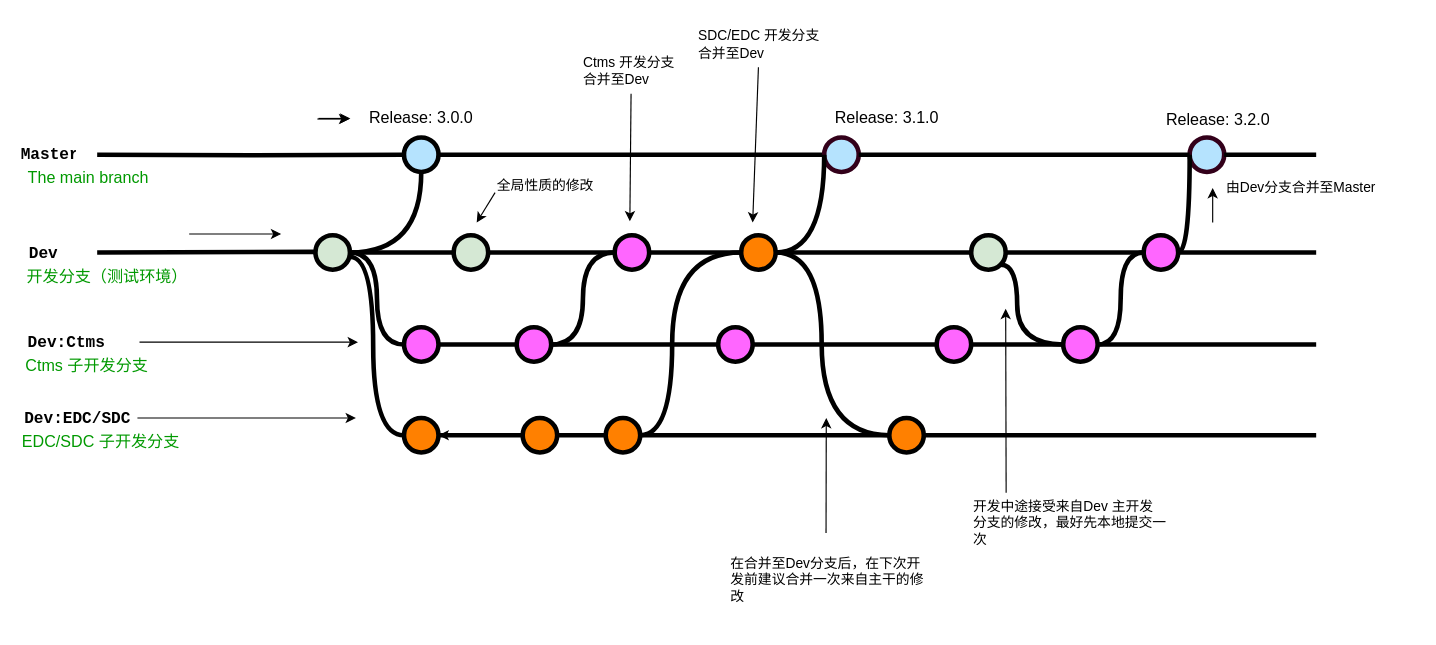
Before: page "complex gitflow" (1 of 2) of Itrial Git Flow.drawio in hqbly000/test1, a draw.io diagram. Source tidied: cells renumbered, new cells numbered last; positions are measured from the earlier drawing's top-left corner, leaving out a move shared by most shapes. Both pictures are drawn from the tidied source at 115%, with x=0, y=0 at pixel (20, 20).
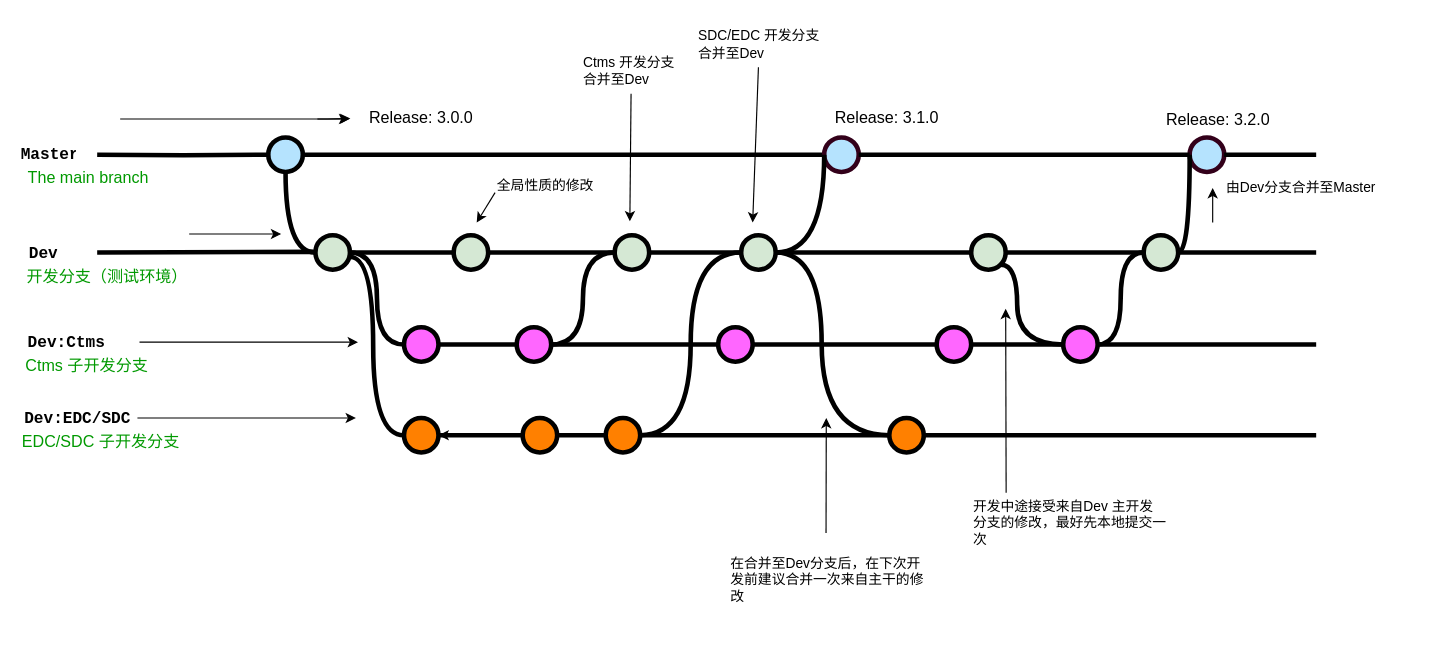
Above is the later version.

Unchanged cells that the change refers to:
```xml
<mxCell id="7" style="verticalLabelPosition=bottom;verticalAlign=top;html=1;strokeWidth=4;shape=mxgraph.flowchart.on-page_reference;plain-purple;gradientColor=none;strokeColor=#000000;fillColor=#D5E8D4;" parent="1" vertex="1">
  <mxGeometry x="256.8" y="187" width="30" height="30" as="geometry" />
</mxCell>
<mxCell id="35" style="verticalLabelPosition=bottom;verticalAlign=top;html=1;strokeWidth=4;shape=mxgraph.flowchart.on-page_reference;plain-purple;gradientColor=none;strokeColor=#000000;fillColor=#FF8000;" parent="1" vertex="1">
  <mxGeometry x="509.2" y="346" width="30" height="30" as="geometry" />
</mxCell>
```

Diff of the diagram source:
```diff
@@
     <mxCell id="2" style="verticalLabelPosition=bottom;verticalAlign=top;html=1;strokeWidth=4;shape=mxgraph.flowchart.on-page_reference;plain-blue;gradientColor=none;fillColor=#B5E3Fe;strokeColor=#000000;" parent="1" vertex="1">
-      <mxGeometry x="333.8" y="102" width="30" height="30" as="geometry" />
+      <mxGeometry x="215.8" y="102" width="30" height="30" as="geometry" />
     </mxCell>
@@
-    <mxCell id="26" style="verticalLabelPosition=bottom;verticalAlign=top;html=1;strokeWidth=4;shape=mxgraph.flowchart.on-page_reference;plain-purple;gradientColor=none;strokeColor=#000000;fillColor=#FF66FF;" parent="1" vertex="1">
+    <mxCell id="26" style="verticalLabelPosition=bottom;verticalAlign=top;html=1;strokeWidth=4;shape=mxgraph.flowchart.on-page_reference;plain-purple;gradientColor=none;strokeColor=#000000;fillColor=#D5E8D4;" parent="1" vertex="1">
       <mxGeometry x="977" y="187" width="30" height="30" as="geometry" />
     </mxCell>
@@
-    <mxCell id="41" style="edgeStyle=orthogonalEdgeStyle;curved=1;rounded=0;html=1;exitX=1;exitY=0.5;exitPerimeter=0;endArrow=none;endFill=0;jettySize=auto;strokeWidth=4;fontSize=15;entryX=0.5;entryY=1;entryDx=0;entryDy=0;entryPerimeter=0;exitDx=0;exitDy=0;" parent="1" edge="1" source="7" target="2">
-      <mxGeometry relative="1" as="geometry" />
+    <mxCell id="41" style="edgeStyle=orthogonalEdgeStyle;curved=1;rounded=0;html=1;endArrow=none;endFill=0;jettySize=auto;strokeWidth=4;fontSize=15;entryX=0.5;entryY=1;entryDx=0;entryDy=0;entryPerimeter=0;" parent="1" edge="1" target="2">
+      <mxGeometry relative="1" as="geometry">
+        <mxPoint x="257" y="202" as="sourcePoint" />
+      </mxGeometry>
     </mxCell>
     <mxCell id="42" style="edgeStyle=orthogonalEdgeStyle;rounded=0;orthogonalLoop=1;jettySize=auto;html=1;fontSize=12;fontColor=#000000;entryX=0;entryY=0.5;entryDx=0;entryDy=0;" parent="1" edge="1">
       <mxGeometry relative="1" as="geometry">
-        <mxPoint x="259.5" y="85.5" as="sourcePoint" />
+        <mxPoint x="87" y="86" as="sourcePoint" />
         <mxPoint x="287.2" y="85.5" as="targetPoint" />
         <Array as="points">
           <mxPoint x="267.2" y="85.5" />
           <mxPoint x="267.2" y="85.5" />
         </Array>
       </mxGeometry>
     </mxCell>
@@
-    <mxCell id="45" style="verticalLabelPosition=bottom;verticalAlign=top;html=1;strokeWidth=4;shape=mxgraph.flowchart.on-page_reference;plain-purple;gradientColor=none;strokeColor=#000000;fillColor=#FF66FF;" parent="1" vertex="1">
+    <mxCell id="45" style="verticalLabelPosition=bottom;verticalAlign=top;html=1;strokeWidth=4;shape=mxgraph.flowchart.on-page_reference;plain-purple;gradientColor=none;strokeColor=#000000;fillColor=#D5E8D4;" parent="1" vertex="1">
       <mxGeometry x="517" y="187" width="30" height="30" as="geometry" />
     </mxCell>
@@
     <mxCell id="48" style="edgeStyle=orthogonalEdgeStyle;curved=1;rounded=0;jettySize=auto;html=1;endArrow=none;endFill=0;strokeWidth=4;exitX=1;exitY=0.5;exitDx=0;exitDy=0;exitPerimeter=0;entryX=0;entryY=0.5;entryDx=0;entryDy=0;entryPerimeter=0;" parent="1" edge="1" source="35" target="49">
-      <mxGeometry relative="1" as="geometry">
-        <Array as="points">
-          <mxPoint x="567" y="361" />
-          <mxPoint x="567" y="202" />
-        </Array>
-      </mxGeometry>
+      <mxGeometry relative="1" as="geometry" />
     </mxCell>
-    <mxCell id="49" style="verticalLabelPosition=bottom;verticalAlign=top;html=1;strokeWidth=4;shape=mxgraph.flowchart.on-page_reference;plain-purple;gradientColor=none;strokeColor=#000000;fillColor=#FF8000;" parent="1" vertex="1">
+    <mxCell id="49" style="verticalLabelPosition=bottom;verticalAlign=top;html=1;strokeWidth=4;shape=mxgraph.flowchart.on-page_reference;plain-purple;gradientColor=none;strokeColor=#000000;fillColor=#D5E8D4;" parent="1" vertex="1">
       <mxGeometry x="627" y="187" width="30" height="30" as="geometry" />
     </mxCell>
```
